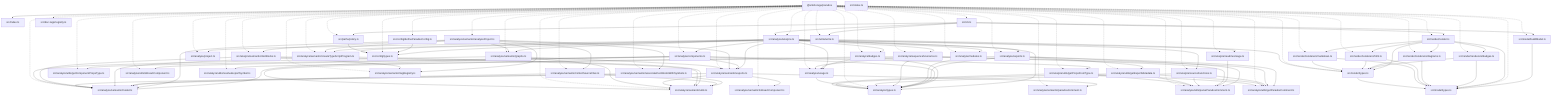
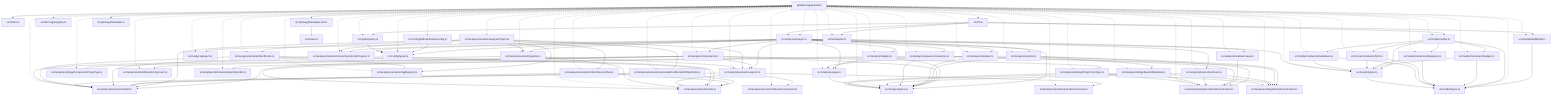
graph TD
  package__ankhorage_paradox["@ankhorage/paradox"]
  entrypoint_src_index_ts["src/index.ts"]
  package__ankhorage_paradox --> entrypoint_src_index_ts
  module_src_analyze_analyze_ts["src/analyze/analyze.ts"]
  package__ankhorage_paradox -.-> module_src_analyze_analyze_ts
  module_src_analyze_analyze_ts --> module_src_analyze_badges_ts
  module_src_analyze_analyze_ts --> module_src_analyze_components_ts
  module_src_analyze_analyze_ts --> module_src_analyze_exports_ts
  module_src_analyze_analyze_ts --> module_src_analyze_modules_ts
  module_src_analyze_analyze_ts --> module_src_analyze_project_ts
  module_src_analyze_analyze_ts --> module_src_analyze_readmeUsage_ts
  module_src_analyze_analyze_ts --> module_src_analyze_semantic_createTypeScriptProgram_ts
  module_src_analyze_analyze_ts --> module_src_analyze_semantic_exports_ts
  module_src_analyze_analyze_ts --> module_src_analyze_semantic_graphs_ts
  module_src_analyze_analyze_ts --> module_src_analyze_sequenceScenarios_ts
  module_src_analyze_analyze_ts --> module_src_analyze_sourceFunctions_ts
  module_src_analyze_analyze_ts --> module_src_analyze_types_ts
  module_src_analyze_analyze_ts --> module_src_analyze_usage_ts
  module_src_analyze_analyze_ts --> module_src_config_types_ts
  module_src_analyze_badges_ts["src/analyze/badges.ts"]
  package__ankhorage_paradox -.-> module_src_analyze_badges_ts
  module_src_analyze_badges_ts --> module_src_analyze_types_ts
  module_src_analyze_badges_ts --> module_src_analyze_usage_ts
  module_src_analyze_components_ts["src/analyze/components.ts"]
  package__ankhorage_paradox -.-> module_src_analyze_components_ts
  module_src_analyze_components_ts --> module_src_analyze_semantic_exports_ts
  module_src_analyze_components_ts --> module_src_analyze_semantic_model_ts
  module_src_analyze_components_ts --> module_src_analyze_types_ts
  module_src_analyze_components_ts --> module_src_analyze_utils_getComponentPropsType_ts
  module_src_analyze_components_ts --> module_src_analyze_utils_getPropsFromType_ts
  module_src_analyze_components_ts --> module_src_analyze_utils_isReactComponent_ts
  module_src_analyze_exports_ts["src/analyze/exports.ts"]
  package__ankhorage_paradox -.-> module_src_analyze_exports_ts
  module_src_analyze_exports_ts --> module_src_analyze_types_ts
  module_src_analyze_exports_ts --> module_src_analyze_utils_getExportMetadata_ts
  module_src_analyze_exports_ts --> module_src_analyze_utils_getParadoxComment_ts
  module_src_analyze_exports_ts --> module_src_analyze_utils_parseParadoxComment_ts
  module_src_analyze_exports_ts --> module_src_analyze_utils_resolveExportSymbol_ts
  module_src_analyze_modules_ts["src/analyze/modules.ts"]
  package__ankhorage_paradox -.-> module_src_analyze_modules_ts
  module_src_analyze_modules_ts --> module_src_analyze_types_ts
  module_src_analyze_project_ts["src/analyze/project.ts"]
  package__ankhorage_paradox -.-> module_src_analyze_project_ts
  module_src_analyze_readmeUsage_ts["src/analyze/readmeUsage.ts"]
  package__ankhorage_paradox -.-> module_src_analyze_readmeUsage_ts
  module_src_analyze_readmeUsage_ts --> module_src_analyze_utils_parseParadoxComment_ts
  module_src_analyze_semantic_analyzeProject_ts["src/analyze/semantic/analyzeProject.ts"]
  package__ankhorage_paradox -.-> module_src_analyze_semantic_analyzeProject_ts
  module_src_analyze_semantic_analyzeProject_ts --> module_src_analyze_semantic_associateDocBlocksWithSymbols_ts
  module_src_analyze_semantic_analyzeProject_ts --> module_src_analyze_semantic_collectSourceFiles_ts
  module_src_analyze_semantic_analyzeProject_ts --> module_src_analyze_semantic_createTypeScriptProgram_ts
  module_src_analyze_semantic_analyzeProject_ts --> module_src_analyze_semantic_docBlocks_ts
  module_src_analyze_semantic_analyzeProject_ts --> module_src_analyze_semantic_exports_ts
  module_src_analyze_semantic_analyzeProject_ts --> module_src_analyze_semantic_graphs_ts
  module_src_analyze_semantic_analyzeProject_ts --> module_src_analyze_semantic_model_ts
  module_src_analyze_semantic_analyzeProject_ts --> module_src_analyze_semantic_tagRegistry_ts
  module_src_analyze_semantic_associateDocBlocksWithSymbols_ts["src/analyze/semantic/associateDocBlocksWithSymbols.ts"]
  package__ankhorage_paradox -.-> module_src_analyze_semantic_associateDocBlocksWithSymbols_ts
  module_src_analyze_semantic_associateDocBlocksWithSymbols_ts --> module_src_analyze_semantic_model_ts
  module_src_analyze_semantic_associateDocBlocksWithSymbols_ts --> module_src_analyze_semantic_utils_ts
  module_src_analyze_semantic_collectSourceFiles_ts["src/analyze/semantic/collectSourceFiles.ts"]
  package__ankhorage_paradox -.-> module_src_analyze_semantic_collectSourceFiles_ts
  module_src_analyze_semantic_collectSourceFiles_ts --> module_src_analyze_semantic_model_ts
  module_src_analyze_semantic_collectSourceFiles_ts --> module_src_analyze_semantic_utils_ts
  module_src_analyze_semantic_createTypeScriptProgram_ts["src/analyze/semantic/createTypeScriptProgram.ts"]
  package__ankhorage_paradox -.-> module_src_analyze_semantic_createTypeScriptProgram_ts
  module_src_analyze_semantic_createTypeScriptProgram_ts --> module_src_analyze_semantic_model_ts
  module_src_analyze_semantic_createTypeScriptProgram_ts --> module_src_analyze_semantic_utils_ts
  module_src_analyze_semantic_docBlocks_ts["src/analyze/semantic/docBlocks.ts"]
  package__ankhorage_paradox -.-> module_src_analyze_semantic_docBlocks_ts
  module_src_analyze_semantic_docBlocks_ts --> module_src_analyze_semantic_model_ts
  module_src_analyze_semantic_docBlocks_ts --> module_src_analyze_semantic_tagRegistry_ts
  module_src_analyze_semantic_docBlocks_ts --> module_src_analyze_semantic_utils_ts
  module_src_analyze_semantic_exports_ts["src/analyze/semantic/exports.ts"]
  package__ankhorage_paradox -.-> module_src_analyze_semantic_exports_ts
  module_src_analyze_semantic_exports_ts --> module_src_analyze_semantic_isReactComponent_ts
  module_src_analyze_semantic_exports_ts --> module_src_analyze_semantic_model_ts
  module_src_analyze_semantic_exports_ts --> module_src_analyze_semantic_paradoxComment_ts
  module_src_analyze_semantic_exports_ts --> module_src_analyze_semantic_utils_ts
  module_src_analyze_semantic_graphs_ts["src/analyze/semantic/graphs.ts"]
  package__ankhorage_paradox -.-> module_src_analyze_semantic_graphs_ts
  module_src_analyze_semantic_graphs_ts --> module_src_analyze_semantic_exports_ts
  module_src_analyze_semantic_graphs_ts --> module_src_analyze_semantic_model_ts
  module_src_analyze_semantic_graphs_ts --> module_src_analyze_semantic_utils_ts
  module_src_analyze_semantic_isReactComponent_ts["src/analyze/semantic/isReactComponent.ts"]
  package__ankhorage_paradox -.-> module_src_analyze_semantic_isReactComponent_ts
  module_src_analyze_semantic_model_ts["src/analyze/semantic/model.ts"]
  package__ankhorage_paradox -.-> module_src_analyze_semantic_model_ts
  module_src_analyze_semantic_paradoxComment_ts["src/analyze/semantic/paradoxComment.ts"]
  package__ankhorage_paradox -.-> module_src_analyze_semantic_paradoxComment_ts
  module_src_analyze_semantic_tagRegistry_ts["src/analyze/semantic/tagRegistry.ts"]
  package__ankhorage_paradox -.-> module_src_analyze_semantic_tagRegistry_ts
  module_src_analyze_semantic_utils_ts["src/analyze/semantic/utils.ts"]
  package__ankhorage_paradox -.-> module_src_analyze_semantic_utils_ts
  module_src_analyze_sequenceScenarios_ts["src/analyze/sequenceScenarios.ts"]
  package__ankhorage_paradox -.-> module_src_analyze_sequenceScenarios_ts
  module_src_analyze_sequenceScenarios_ts --> module_src_analyze_semantic_utils_ts
  module_src_analyze_sequenceScenarios_ts --> module_src_analyze_types_ts
  module_src_analyze_sequenceScenarios_ts --> module_src_analyze_usage_ts
  module_src_analyze_sequenceScenarios_ts --> module_src_analyze_utils_getParadoxComment_ts
  module_src_analyze_sequenceScenarios_ts --> module_src_analyze_utils_parseParadoxComment_ts
  module_src_analyze_sourceFunctions_ts["src/analyze/sourceFunctions.ts"]
  package__ankhorage_paradox -.-> module_src_analyze_sourceFunctions_ts
  module_src_analyze_sourceFunctions_ts --> module_src_analyze_types_ts
  module_src_analyze_sourceFunctions_ts --> module_src_analyze_utils_getParadoxComment_ts
  module_src_analyze_sourceFunctions_ts --> module_src_analyze_utils_parseParadoxComment_ts
  module_src_analyze_types_ts["src/analyze/types.ts"]
  package__ankhorage_paradox -.-> module_src_analyze_types_ts
  module_src_analyze_usage_ts["src/analyze/usage.ts"]
  package__ankhorage_paradox -.-> module_src_analyze_usage_ts
  module_src_analyze_usage_ts --> module_src_analyze_types_ts
  module_src_analyze_utils_getComponentPropsType_ts["src/analyze/utils/getComponentPropsType.ts"]
  package__ankhorage_paradox -.-> module_src_analyze_utils_getComponentPropsType_ts
  module_src_analyze_utils_getExportMetadata_ts["src/analyze/utils/getExportMetadata.ts"]
  package__ankhorage_paradox -.-> module_src_analyze_utils_getExportMetadata_ts
  module_src_analyze_utils_getExportMetadata_ts --> module_src_analyze_types_ts
  module_src_analyze_utils_getExportMetadata_ts --> module_src_analyze_utils_getParadoxComment_ts
  module_src_analyze_utils_getExportMetadata_ts --> module_src_analyze_utils_parseParadoxComment_ts
  module_src_analyze_utils_getParadoxComment_ts["src/analyze/utils/getParadoxComment.ts"]
  package__ankhorage_paradox -.-> module_src_analyze_utils_getParadoxComment_ts
  module_src_analyze_utils_getPropsFromType_ts["src/analyze/utils/getPropsFromType.ts"]
  package__ankhorage_paradox -.-> module_src_analyze_utils_getPropsFromType_ts
  module_src_analyze_utils_getPropsFromType_ts --> module_src_analyze_types_ts
  module_src_analyze_utils_getPropsFromType_ts --> module_src_analyze_utils_getParadoxComment_ts
  module_src_analyze_utils_getPropsFromType_ts --> module_src_analyze_utils_parseParadoxComment_ts
  module_src_analyze_utils_isReactComponent_ts["src/analyze/utils/isReactComponent.ts"]
  package__ankhorage_paradox -.-> module_src_analyze_utils_isReactComponent_ts
  module_src_analyze_utils_parseParadoxComment_ts["src/analyze/utils/parseParadoxComment.ts"]
  package__ankhorage_paradox -.-> module_src_analyze_utils_parseParadoxComment_ts
  module_src_analyze_utils_resolveExportSymbol_ts["src/analyze/utils/resolveExportSymbol.ts"]
  package__ankhorage_paradox -.-> module_src_analyze_utils_resolveExportSymbol_ts
  module_src_cli_ts["src/cli.ts"]
  package__ankhorage_paradox -.-> module_src_cli_ts
  module_src_cli_ts --> module_src_analyze_analyze_ts
  module_src_cli_ts --> module_src_model_buildModel_ts
  module_src_cli_ts --> module_src_paths_policy_ts
  module_src_cli_ts --> module_src_render_render_ts
  module_src_cli_ts --> module_src_write_write_ts
  module_src_config_defineParadoxConfig_ts["src/config/defineParadoxConfig.ts"]
  package__ankhorage_paradox -.-> module_src_config_defineParadoxConfig_ts
  module_src_config_defineParadoxConfig_ts --> module_src_config_types_ts
  module_src_config_types_ts["src/config/types.ts"]
  package__ankhorage_paradox -.-> module_src_config_types_ts
  module_src_doc_tags_registry_ts["src/doc-tags/registry.ts"]
  package__ankhorage_paradox -.-> module_src_doc_tags_registry_ts
  module_src_index_ts["src/index.ts"]
  module_src_model_buildModel_ts["src/model/buildModel.ts"]
  package__ankhorage_paradox -.-> module_src_model_buildModel_ts
  module_src_model_buildModel_ts --> module_src_model_types_ts
  module_src_model_types_ts["src/model/types.ts"]
  package__ankhorage_paradox -.-> module_src_model_types_ts
+   module_src_packageMetadata_test_ts["src/packageMetadata.test.ts"]
+   package__ankhorage_paradox -.-> module_src_packageMetadata_test_ts
+   module_src_packageMetadata_test_ts --> module_src_index_ts
+   module_src_packageMetadata_ts["src/packageMetadata.ts"]
+   package__ankhorage_paradox -.-> module_src_packageMetadata_ts
  module_src_paths_policy_ts["src/paths/policy.ts"]
  package__ankhorage_paradox -.-> module_src_paths_policy_ts
  module_src_paths_policy_ts --> module_src_config_types_ts
  module_src_render_render_ts["src/render/render.ts"]
  package__ankhorage_paradox -.-> module_src_render_render_ts
  module_src_render_render_ts --> module_src_model_types_ts
  module_src_render_render_ts --> module_src_render_renderers_badges_ts
  module_src_render_render_ts --> module_src_render_renderers_diagrams_ts
  module_src_render_render_ts --> module_src_render_renderers_html_ts
  module_src_render_render_ts --> module_src_render_renderers_markdown_ts
  module_src_render_render_ts --> module_src_render_types_ts
  module_src_render_renderers_badges_ts["src/render/renderers/badges.ts"]
  package__ankhorage_paradox -.-> module_src_render_renderers_badges_ts
  module_src_render_renderers_badges_ts --> module_src_model_types_ts
  module_src_render_renderers_badges_ts --> module_src_render_types_ts
  module_src_render_renderers_diagrams_ts["src/render/renderers/diagrams.ts"]
  package__ankhorage_paradox -.-> module_src_render_renderers_diagrams_ts
  module_src_render_renderers_diagrams_ts --> module_src_model_types_ts
  module_src_render_renderers_diagrams_ts --> module_src_render_types_ts
  module_src_render_renderers_html_ts["src/render/renderers/html.ts"]
  package__ankhorage_paradox -.-> module_src_render_renderers_html_ts
  module_src_render_renderers_html_ts --> module_src_model_types_ts
  module_src_render_renderers_html_ts --> module_src_render_types_ts
  module_src_render_renderers_markdown_ts["src/render/renderers/markdown.ts"]
  package__ankhorage_paradox -.-> module_src_render_renderers_markdown_ts
  module_src_render_renderers_markdown_ts --> module_src_model_types_ts
  module_src_render_renderers_markdown_ts --> module_src_render_types_ts
  module_src_render_types_ts["src/render/types.ts"]
  package__ankhorage_paradox -.-> module_src_render_types_ts
  module_src_render_types_ts --> module_src_model_types_ts
  module_src_write_write_ts["src/write/write.ts"]
  package__ankhorage_paradox -.-> module_src_write_write_ts
  module_src_write_write_ts --> module_src_config_types_ts
  module_src_write_write_ts --> module_src_render_types_ts
